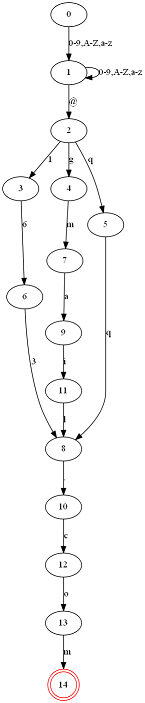
Earlier version of the Graphviz export image/test_mindfa.png (JameyWoo/re2graph). Its source is kept beside it as tmp/test_mindfa.dot.
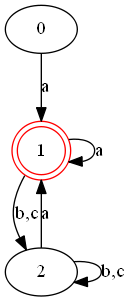
After the commit.

Change to the diagram source:
```diff
@@ -1,34 +1,10 @@
 digraph {
 	0 [label="0"]
-	1 [label="1"]
+	1 [label="1" color=red shape=doublecircle]
 	2 [label="2"]
-	3 [label="3"]
-	4 [label="4"]
-	5 [label="5"]
-	6 [label="6"]
-	7 [label="7"]
-	8 [label="8"]
-	9 [label="9"]
-	10 [label="10"]
-	11 [label="11"]
-	12 [label="12"]
-	13 [label="13"]
-	14 [label="14" color=red shape=doublecircle]
-	0 -> 1 [label="0-9,A-Z,a-z"]
-	1 -> 1 [label="0-9,A-Z,a-z"]
-	1 -> 2 [label="@"]
-	2 -> 3 [label="1"]
-	2 -> 4 [label="g"]
-	2 -> 5 [label="q"]
-	3 -> 6 [label="6"]
-	4 -> 7 [label="m"]
-	5 -> 8 [label="q"]
-	6 -> 8 [label="3"]
-	7 -> 9 [label="a"]
-	8 -> 10 [label="."]
-	9 -> 11 [label="i"]
-	10 -> 12 [label="c"]
-	11 -> 8 [label="l"]
-	12 -> 13 [label="o"]
-	13 -> 14 [label="m"]
+	0 -> 1 [label="a"]
+	1 -> 1 [label="a"]
+	1 -> 2 [label="b,c"]
+	2 -> 1 [label="a"]
+	2 -> 2 [label="b,c"]
 }
```
